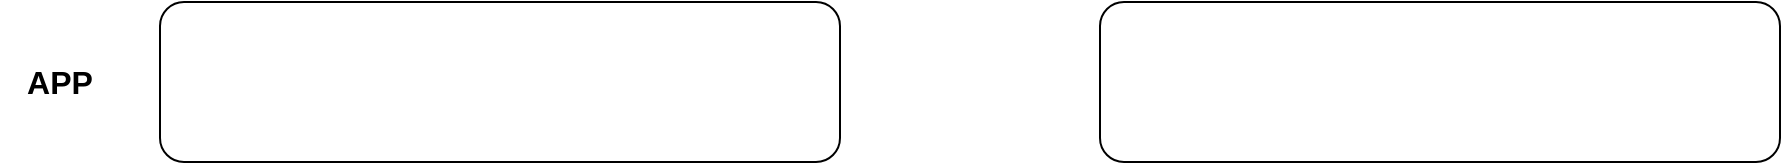
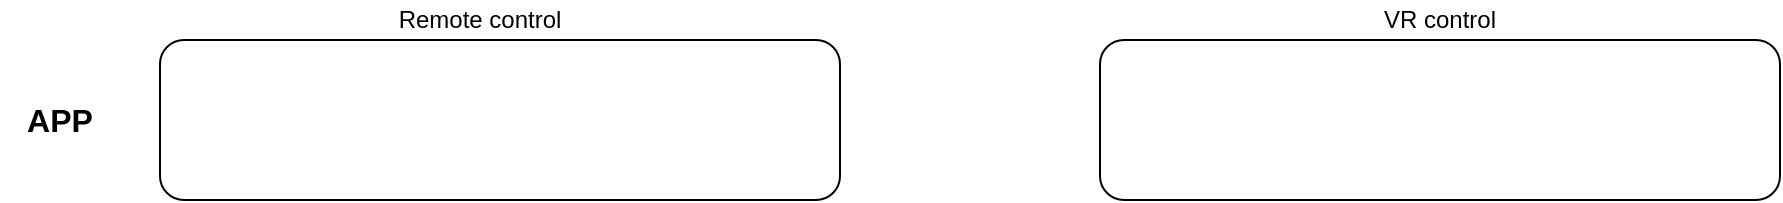
<mxfile host="app.diagrams.net">
  <diagram name="第 1 页" id="ybuJFLsuspTRZjUBc2Sj">
    <mxGraphModel dx="1122" dy="596" grid="1" gridSize="10" guides="1" tooltips="1" connect="1" arrows="1" fold="1" page="1" pageScale="1" pageWidth="827" pageHeight="1169" math="0" shadow="0">
      <root>
        <mxCell id="0" />
        <mxCell id="1" parent="0" />
        <mxCell id="IlZ43ksjCjAGZCLtcrJK-1" parent="1" style="rounded=1;whiteSpace=wrap;html=1;" value="" vertex="1">
          <mxGeometry height="80" width="340" x="80" y="190" as="geometry" />
        </mxCell>
        <mxCell id="IlZ43ksjCjAGZCLtcrJK-2" parent="1" style="text;html=1;whiteSpace=wrap;strokeColor=none;fillColor=none;align=center;verticalAlign=middle;rounded=0;fontStyle=1;fontSize=16;" value="APP" vertex="1">
          <mxGeometry height="30" width="60" y="215" as="geometry" />
        </mxCell>
        <mxCell id="IlZ43ksjCjAGZCLtcrJK-3" parent="1" style="rounded=1;whiteSpace=wrap;html=1;" value="" vertex="1">
          <mxGeometry height="80" width="340" x="550" y="190" as="geometry" />
        </mxCell>
+         <mxCell id="IlZ43ksjCjAGZCLtcrJK-5" parent="1" style="text;html=1;whiteSpace=wrap;strokeColor=none;fillColor=none;align=center;verticalAlign=middle;rounded=0;" value="Remote control" vertex="1">
+           <mxGeometry height="20" width="160" x="160" y="170" as="geometry" />
+         </mxCell>
+         <mxCell id="IlZ43ksjCjAGZCLtcrJK-7" parent="1" style="text;html=1;whiteSpace=wrap;strokeColor=none;fillColor=none;align=center;verticalAlign=middle;rounded=0;" value="VR control" vertex="1">
+           <mxGeometry height="20" width="160" x="640" y="170" as="geometry" />
+         </mxCell>
      </root>
    </mxGraphModel>
  </diagram>
</mxfile>
